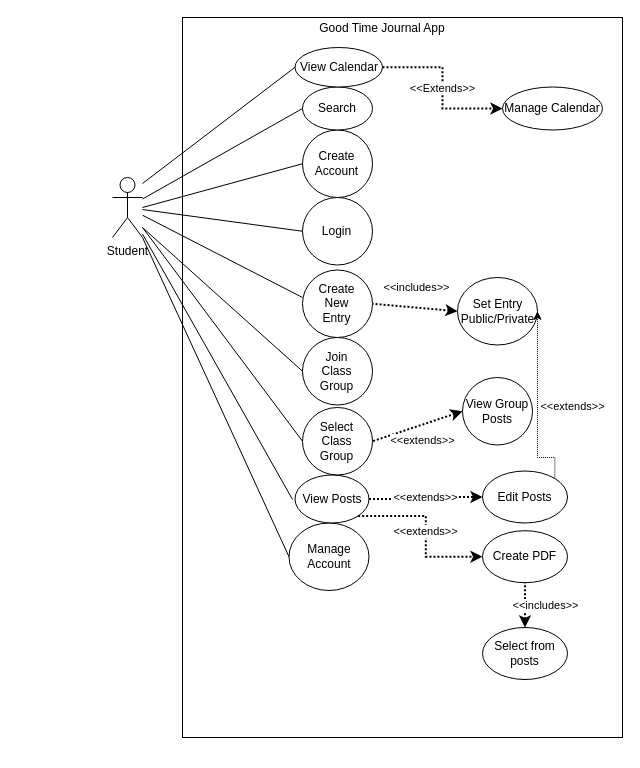
This is UseCase.drawio from VadathHeilsang/430DreamTeam, a draw.io file, before an edit. Source tidied: cells renumbered, new cells numbered last; positions are measured from the earlier drawing's top-left corner, leaving out a move shared by most shapes. Both pictures are drawn from the tidied source at 100%, with x=0, y=0 at pixel (112, 17).
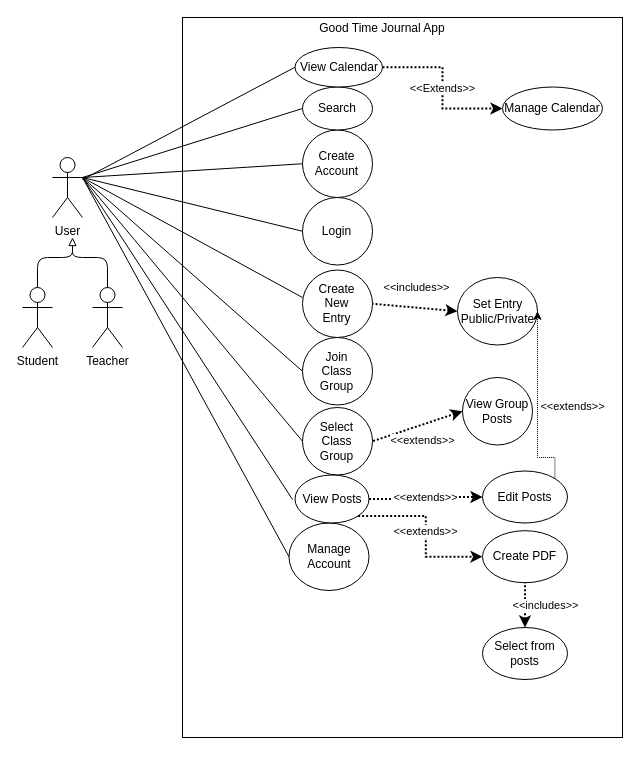
After the change.

Commit message:
Generalized "Student" and "Teacher" as "User"

The change refers to these unchanged cells:
```xml
<mxCell id="8" style="ellipse;whiteSpace=wrap;html=1;" parent="7" vertex="1">
  <mxGeometry width="70" height="67.5" as="geometry" />
</mxCell>
<mxCell id="11" value="Manage Account" style="ellipse;whiteSpace=wrap;html=1;" parent="3" vertex="1">
  <mxGeometry x="106.5" y="505.5" width="80" height="67.5" as="geometry" />
</mxCell>
<mxCell id="13" style="ellipse;whiteSpace=wrap;html=1;" parent="12" vertex="1">
  <mxGeometry width="70" height="67.5" as="geometry" />
</mxCell>
<mxCell id="19" style="ellipse;whiteSpace=wrap;html=1;" parent="18" vertex="1">
  <mxGeometry width="70" height="67.5" as="geometry" />
</mxCell>
<mxCell id="25" style="ellipse;whiteSpace=wrap;html=1;" parent="24" vertex="1">
  <mxGeometry width="70" height="67.5" as="geometry" />
</mxCell>
<mxCell id="27" value="Search" style="ellipse;whiteSpace=wrap;html=1;" parent="3" vertex="1">
  <mxGeometry x="120" y="69.5" width="70" height="43" as="geometry" />
</mxCell>
<mxCell id="28" value="View Calendar" style="ellipse;whiteSpace=wrap;html=1;" parent="3" vertex="1">
  <mxGeometry x="112.5" y="30" width="87.5" height="39.5" as="geometry" />
</mxCell>
```

Diff of the diagram source:
```diff
@@
-    <mxCell id="40" value="Student" style="shape=umlActor;verticalLabelPosition=bottom;verticalAlign=top;html=1;outlineConnect=0;" parent="1" vertex="1">
-      <mxGeometry y="160" width="30" height="60" as="geometry" />
+    <mxCell id="40" value="User" style="shape=umlActor;verticalLabelPosition=bottom;verticalAlign=top;html=1;outlineConnect=0;" parent="1" vertex="1">
+      <mxGeometry x="-60" y="140" width="30" height="60" as="geometry" />
     </mxCell>
-    <mxCell id="41" style="endArrow=none;html=1;entryX=0;entryY=0.5;entryDx=0;entryDy=0;" parent="1" edge="1" source="40" target="27">
+    <mxCell id="41" style="endArrow=none;html=1;entryX=0;entryY=0.5;entryDx=0;entryDy=0;exitX=1;exitY=0.3333333333333333;exitDx=0;exitDy=0;exitPerimeter=0;" parent="1" edge="1" source="40" target="27">
       <mxGeometry relative="1" as="geometry" />
     </mxCell>
-    <mxCell id="42" style="endArrow=none;html=1;entryX=0;entryY=0.5;entryDx=0;entryDy=0;" parent="1" edge="1" target="28">
-      <mxGeometry relative="1" as="geometry">
-        <mxPoint x="30" y="166" as="sourcePoint" />
-      </mxGeometry>
+    <mxCell id="42" style="endArrow=none;html=1;entryX=0;entryY=0.5;entryDx=0;entryDy=0;" parent="1" edge="1" source="40" target="28">
+      <mxGeometry relative="1" as="geometry" />
     </mxCell>
-    <mxCell id="43" style="endArrow=none;html=1;entryX=0;entryY=0.5;entryDx=0;entryDy=0;" parent="1" edge="1" target="25">
-      <mxGeometry relative="1" as="geometry">
-        <mxPoint x="30" y="190" as="sourcePoint" />
-      </mxGeometry>
+    <mxCell id="43" style="endArrow=none;html=1;entryX=0;entryY=0.5;entryDx=0;entryDy=0;exitX=1;exitY=0.3333333333333333;exitDx=0;exitDy=0;exitPerimeter=0;" parent="1" edge="1" source="40" target="25">
+      <mxGeometry relative="1" as="geometry" />
     </mxCell>
-    <mxCell id="44" style="endArrow=none;html=1;entryX=0;entryY=0.5;entryDx=0;entryDy=0;" parent="1" edge="1" source="40" target="19">
+    <mxCell id="44" style="endArrow=none;html=1;entryX=0;entryY=0.5;entryDx=0;entryDy=0;exitX=1;exitY=0.3333333333333333;exitDx=0;exitDy=0;exitPerimeter=0;" parent="1" edge="1" source="40" target="19">
       <mxGeometry relative="1" as="geometry" />
     </mxCell>
-    <mxCell id="45" style="endArrow=none;html=1;entryX=0;entryY=0.5;entryDx=0;entryDy=0;exitX=1;exitY=1;exitDx=0;exitDy=0;exitPerimeter=0;" parent="1" edge="1" source="40" target="11">
+    <mxCell id="45" style="endArrow=none;html=1;entryX=0;entryY=0.5;entryDx=0;entryDy=0;exitX=1;exitY=0.3333333333333333;exitDx=0;exitDy=0;exitPerimeter=0;" parent="1" edge="1" source="40" target="11">
       <mxGeometry relative="1" as="geometry" />
     </mxCell>
-    <mxCell id="46" style="endArrow=none;html=1;" parent="1" edge="1" source="40">
+    <mxCell id="46" style="endArrow=none;html=1;exitX=1;exitY=0.3333333333333333;exitDx=0;exitDy=0;exitPerimeter=0;" parent="1" edge="1" source="40">
       <mxGeometry relative="1" as="geometry">
         <mxPoint x="180" y="482" as="targetPoint" />
       </mxGeometry>
     </mxCell>
-    <mxCell id="47" style="endArrow=none;html=1;entryX=0;entryY=0.5;entryDx=0;entryDy=0;" parent="1" edge="1" target="13">
-      <mxGeometry relative="1" as="geometry">
-        <mxPoint x="30" y="210" as="sourcePoint" />
-      </mxGeometry>
+    <mxCell id="47" style="endArrow=none;html=1;entryX=0;entryY=0.5;entryDx=0;entryDy=0;exitX=1;exitY=0.3333333333333333;exitDx=0;exitDy=0;exitPerimeter=0;" parent="1" edge="1" source="40" target="13">
+      <mxGeometry relative="1" as="geometry" />
     </mxCell>
-    <mxCell id="48" style="endArrow=none;html=1;entryX=0;entryY=0.5;entryDx=0;entryDy=0;" parent="1" edge="1" target="8">
-      <mxGeometry relative="1" as="geometry">
-        <mxPoint x="30" y="210" as="sourcePoint" />
-      </mxGeometry>
+    <mxCell id="48" style="endArrow=none;html=1;entryX=0;entryY=0.5;entryDx=0;entryDy=0;exitX=1;exitY=0.3333333333333333;exitDx=0;exitDy=0;exitPerimeter=0;" parent="1" edge="1" source="40" target="8">
+      <mxGeometry relative="1" as="geometry" />
     </mxCell>
-    <mxCell id="49" style="endArrow=none;html=1;" parent="1" edge="1" source="40">
+    <mxCell id="49" style="endArrow=none;html=1;exitX=1;exitY=0.3333333333333333;exitDx=0;exitDy=0;exitPerimeter=0;" parent="1" edge="1" source="40">
       <mxGeometry relative="1" as="geometry">
         <mxPoint x="190" y="280" as="targetPoint" />
       </mxGeometry>
     </mxCell>
+    <mxCell id="50" value="Student" style="shape=umlActor;verticalLabelPosition=bottom;verticalAlign=top;html=1;outlineConnect=0;" parent="1" vertex="1">
+      <mxGeometry x="-90" y="270" width="30" height="60" as="geometry" />
+    </mxCell>
+    <mxCell id="51" value="Teacher" style="shape=umlActor;verticalLabelPosition=bottom;verticalAlign=top;html=1;outlineConnect=0;" parent="1" vertex="1">
+      <mxGeometry x="-20" y="270" width="30" height="60" as="geometry" />
+    </mxCell>
+    <mxCell id="52" style="endArrow=block;html=1;endFill=0;exitX=0.5;exitY=0;exitDx=0;exitDy=0;exitPerimeter=0;" parent="1" edge="1" source="50">
+      <mxGeometry relative="1" as="geometry">
+        <mxPoint x="-40" y="220" as="targetPoint" />
+        <Array as="points">
+          <mxPoint x="-75" y="240" />
+          <mxPoint x="-40" y="240" />
+        </Array>
+      </mxGeometry>
+    </mxCell>
+    <mxCell id="53" style="endArrow=none;html=1;exitX=0.5;exitY=0;exitDx=0;exitDy=0;exitPerimeter=0;" parent="1" edge="1" source="51">
+      <mxGeometry relative="1" as="geometry">
+        <mxPoint x="-40" y="230" as="targetPoint" />
+        <Array as="points">
+          <mxPoint x="-5" y="240" />
+          <mxPoint x="-40" y="240" />
+        </Array>
+      </mxGeometry>
+    </mxCell>
```
